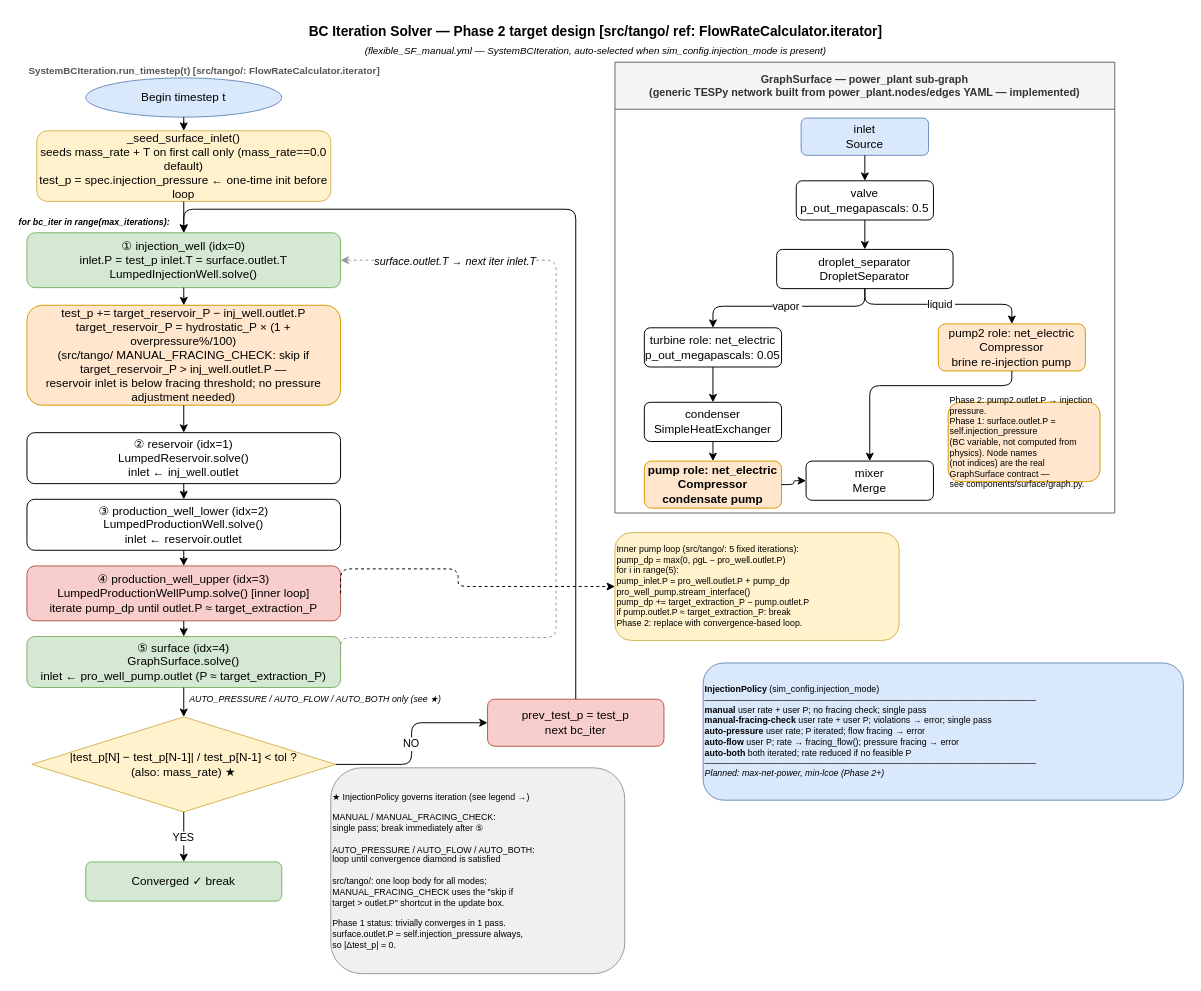
The draw.io diagram docs/diagrams/src/phase1_bc_iteration_solver.drawio in GEG-ETHZ/TANGO-core, before the edit. Source tidied: cells renumbered, new cells numbered last; positions are measured from the earlier drawing's top-left corner, leaving out a move shared by most shapes. Both pictures are drawn from the tidied source at 98%, with x=0, y=0 at pixel (17, 17).
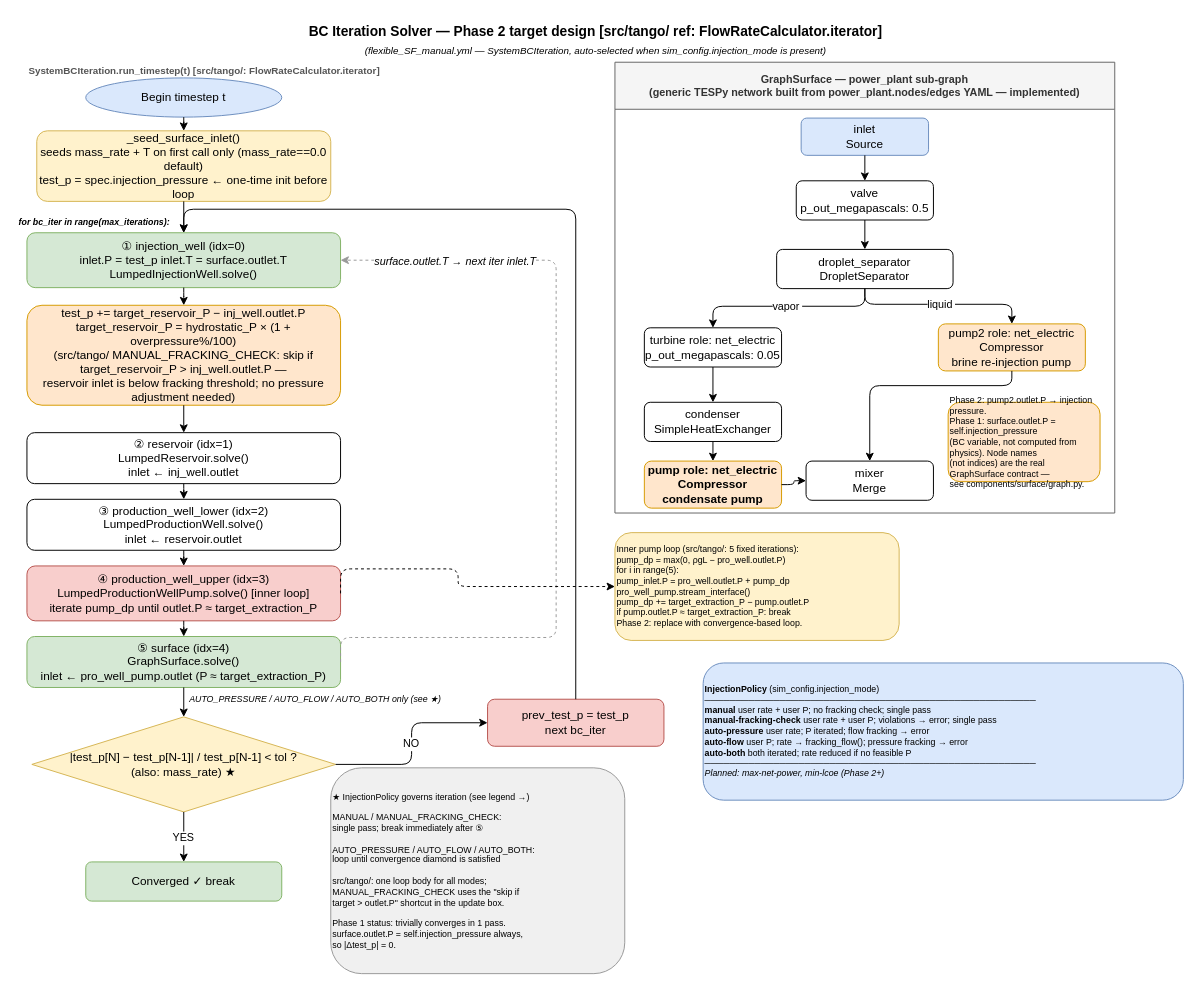
The same page after the edit.

What changed in the source:
```diff
@@
-    <mxCell id="9" value="test_p += target_reservoir_P − inj_well.outlet.P&#10;target_reservoir_P = hydrostatic_P × (1 + overpressure%/100)&#10;(src/tango/ MANUAL_FRACING_CHECK: skip if target_reservoir_P &amp;gt; inj_well.outlet.P —&#10;reservoir inlet is below fracing threshold; no pressure adjustment needed)" style="rounded=1;whiteSpace=wrap;html=1;fillColor=#ffe6cc;strokeColor=#d79b00;fontStyle=0;" parent="1" vertex="1">
+    <mxCell id="9" value="test_p += target_reservoir_P − inj_well.outlet.P&#10;target_reservoir_P = hydrostatic_P × (1 + overpressure%/100)&#10;(src/tango/ MANUAL_FRACKING_CHECK: skip if target_reservoir_P &amp;gt; inj_well.outlet.P —&#10;reservoir inlet is below fracking threshold; no pressure adjustment needed)" style="rounded=1;whiteSpace=wrap;html=1;fillColor=#ffe6cc;strokeColor=#d79b00;fontStyle=0;" parent="1" vertex="1">
       <mxGeometry x="10" y="294" width="320" height="102" as="geometry" />
     </mxCell>
@@
-    <mxCell id="31" value="★  InjectionPolicy governs iteration (see legend →)&lt;br&gt;&lt;br&gt;  MANUAL / MANUAL_FRACING_CHECK:&lt;br&gt;    single pass; break immediately after ⑤&lt;br&gt;&lt;br&gt;  AUTO_PRESSURE / AUTO_FLOW / AUTO_BOTH:&lt;br&gt;    loop until convergence diamond is satisfied&lt;br&gt;&lt;br&gt;  src/tango/: one loop body for all modes;&lt;br&gt;  MANUAL_FRACING_CHECK uses the &quot;skip if&lt;br&gt;  target &amp;gt; outlet.P&quot; shortcut in the update box.&lt;br&gt;&lt;br&gt;Phase 1 status: trivially converges in 1 pass.&lt;br&gt;  surface.outlet.P = self.injection_pressure always,&lt;br&gt;  so |Δtest_p| = 0." style="rounded=1;whiteSpace=wrap;html=1;fillColor=#f0f0f0;strokeColor=#999999;fontSize=9;align=left;" parent="1" vertex="1">
+    <mxCell id="31" value="★  InjectionPolicy governs iteration (see legend →)&lt;br&gt;&lt;br&gt;  MANUAL / MANUAL_FRACKING_CHECK:&lt;br&gt;    single pass; break immediately after ⑤&lt;br&gt;&lt;br&gt;  AUTO_PRESSURE / AUTO_FLOW / AUTO_BOTH:&lt;br&gt;    loop until convergence diamond is satisfied&lt;br&gt;&lt;br&gt;  src/tango/: one loop body for all modes;&lt;br&gt;  MANUAL_FRACKING_CHECK uses the &quot;skip if&lt;br&gt;  target &amp;gt; outlet.P&quot; shortcut in the update box.&lt;br&gt;&lt;br&gt;Phase 1 status: trivially converges in 1 pass.&lt;br&gt;  surface.outlet.P = self.injection_pressure always,&lt;br&gt;  so |Δtest_p| = 0." style="rounded=1;whiteSpace=wrap;html=1;fillColor=#f0f0f0;strokeColor=#999999;fontSize=9;align=left;" parent="1" vertex="1">
       <mxGeometry x="320" y="766" width="300" height="210" as="geometry" />
     </mxCell>
@@
-    <mxCell id="52" value="&lt;b&gt;InjectionPolicy&lt;/b&gt;  (sim_config.injection_mode)&lt;br&gt;─────────────────────────────────────────────────────&lt;br&gt;&lt;b&gt;manual&lt;/b&gt;                user rate + user P; no fracing check; single pass&lt;br&gt;&lt;b&gt;manual-fracing-check&lt;/b&gt;  user rate + user P; violations → error; single pass&lt;br&gt;&lt;b&gt;auto-pressure&lt;/b&gt;         user rate; P iterated; flow fracing → error&lt;br&gt;&lt;b&gt;auto-flow&lt;/b&gt;             user P; rate → fracing_flow(); pressure fracing → error&lt;br&gt;&lt;b&gt;auto-both&lt;/b&gt;             both iterated; rate reduced if no feasible P&lt;br&gt;─────────────────────────────────────────────────────&lt;br&gt;&lt;i&gt;Planned: max-net-power, min-lcoe (Phase 2+)&lt;/i&gt;" style="rounded=1;whiteSpace=wrap;html=1;fillColor=#dae8fc;strokeColor=#6c8ebf;fontSize=9;align=left;" parent="1" vertex="1">
+    <mxCell id="52" value="&lt;b&gt;InjectionPolicy&lt;/b&gt;  (sim_config.injection_mode)&lt;br&gt;─────────────────────────────────────────────────────&lt;br&gt;&lt;b&gt;manual&lt;/b&gt;                user rate + user P; no fracking check; single pass&lt;br&gt;&lt;b&gt;manual-fracking-check&lt;/b&gt;  user rate + user P; violations → error; single pass&lt;br&gt;&lt;b&gt;auto-pressure&lt;/b&gt;         user rate; P iterated; flow fracking → error&lt;br&gt;&lt;b&gt;auto-flow&lt;/b&gt;             user P; rate → fracking_flow(); pressure fracking → error&lt;br&gt;&lt;b&gt;auto-both&lt;/b&gt;             both iterated; rate reduced if no feasible P&lt;br&gt;─────────────────────────────────────────────────────&lt;br&gt;&lt;i&gt;Planned: max-net-power, min-lcoe (Phase 2+)&lt;/i&gt;" style="rounded=1;whiteSpace=wrap;html=1;fillColor=#dae8fc;strokeColor=#6c8ebf;fontSize=9;align=left;" parent="1" vertex="1">
       <mxGeometry x="700" y="659" width="490" height="140" as="geometry" />
     </mxCell>
```
